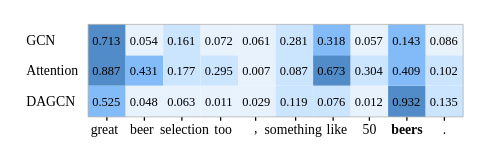
Earlier version of the draw.io diagram case study.drawio (zhaicao/images). Source tidied: cells renumbered, new cells numbered last; positions are measured from the earlier drawing's top-left corner, leaving out a move shared by most shapes. Both pictures are drawn from the tidied source at 125%, with x=0, y=0 at pixel (24, 21).
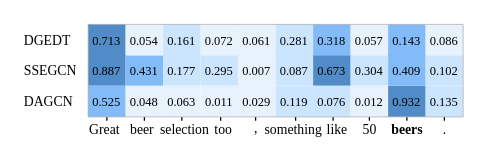
The same page after the edit.

The edit, as a diff of the source:
```diff
@@
     <mxCell id="41" value="DAGCN" style="text;html=1;align=left;verticalAlign=middle;strokeColor=none;fillColor=none;fontSize=11;fontFamily=Times New Roman;" parent="1" vertex="1">
-      <mxGeometry y="48.5" width="60" height="30" as="geometry" />
+      <mxGeometry x="-2" y="48.5" width="60" height="30" as="geometry" />
     </mxCell>
-    <mxCell id="42" value="GCN" style="text;html=1;align=left;verticalAlign=middle;strokeColor=none;fillColor=none;fontSize=11;fontFamily=Times New Roman;" parent="1" vertex="1">
-      <mxGeometry y="-0.5" width="50" height="30" as="geometry" />
+    <mxCell id="42" value="DGEDT" style="text;html=1;align=left;verticalAlign=middle;strokeColor=none;fillColor=none;fontSize=11;fontFamily=Times New Roman;" parent="1" vertex="1">
+      <mxGeometry x="-2" y="-0.5" width="60" height="30" as="geometry" />
     </mxCell>
-    <mxCell id="43" value="Attention" style="text;html=1;align=left;verticalAlign=middle;strokeColor=none;fillColor=none;fontSize=11;fontFamily=Times New Roman;" parent="1" vertex="1">
-      <mxGeometry y="23.5" width="70" height="30" as="geometry" />
+    <mxCell id="43" value="SSEGCN" style="text;html=1;align=left;verticalAlign=middle;strokeColor=none;fillColor=none;fontSize=11;fontFamily=Times New Roman;" parent="1" vertex="1">
+      <mxGeometry x="-2" y="23.5" width="70" height="30" as="geometry" />
     </mxCell>
-    <mxCell id="44" value="&lt;font style=&quot;font-size: 11px;&quot;&gt;great&lt;/font&gt;" style="text;html=1;align=center;verticalAlign=bottom;strokeColor=none;fillColor=none;fontSize=11;fontFamily=Times New Roman;rotation=0;" parent="1" vertex="1">
+    <mxCell id="44" value="&lt;font style=&quot;font-size: 11px;&quot;&gt;Great&lt;/font&gt;" style="text;html=1;align=center;verticalAlign=bottom;strokeColor=none;fillColor=none;fontSize=11;fontFamily=Times New Roman;rotation=0;" parent="1" vertex="1">
       <mxGeometry x="39" y="65" width="50" height="30" as="geometry" />
     </mxCell>
```
